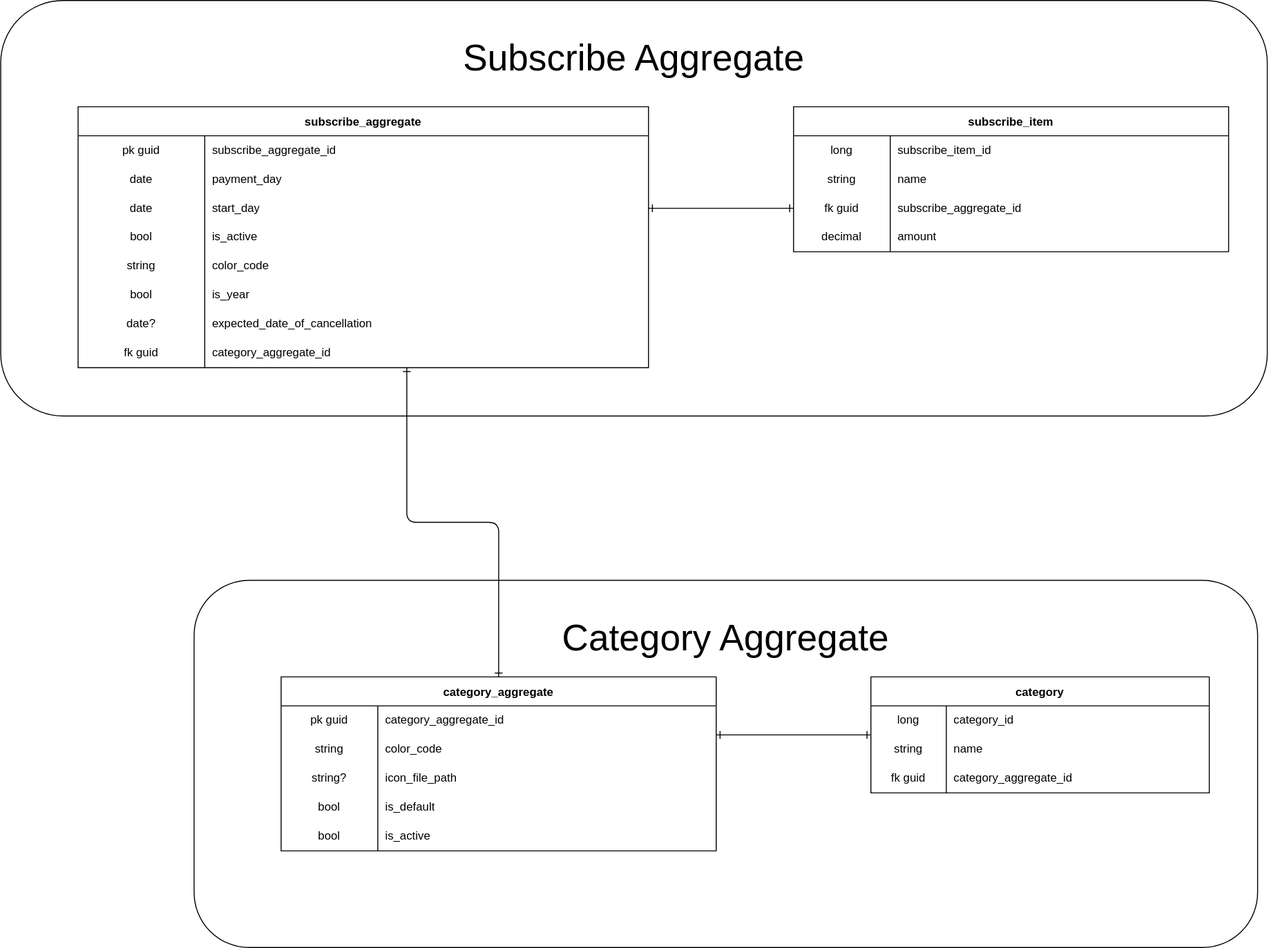
The draw.io diagram doc/ER.drawio.svg in Nahaq789/cs-subscribe-api, before a commit. Source tidied: cells renumbered, new cells last; positions are measured from the earlier drawing's top-left corner, leaving out a move shared by most shapes.
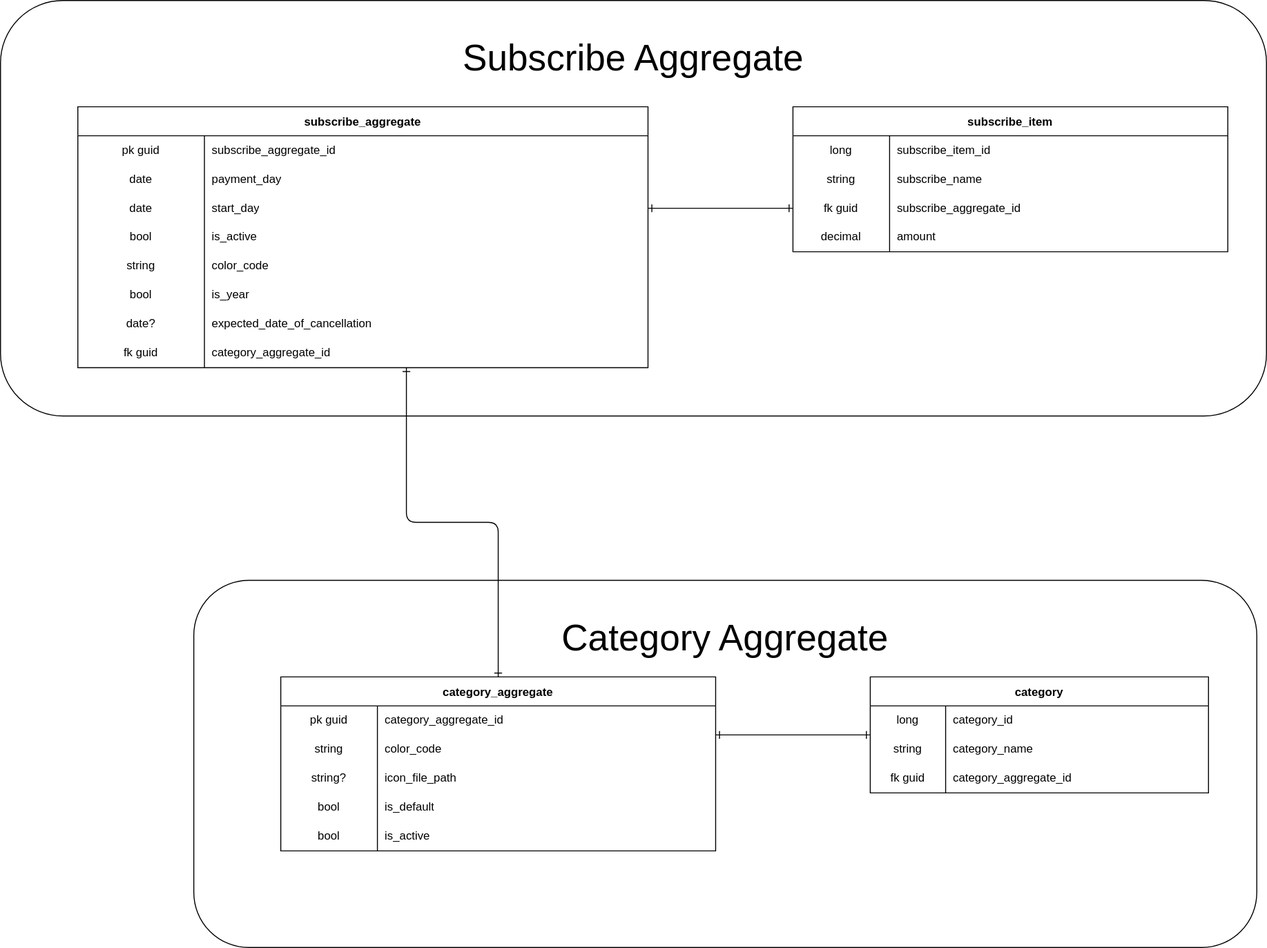
After the change.

What changed in the source:
```diff
@@ -104,7 +104,7 @@
     <mxCell id="35" value="string" style="shape=partialRectangle;html=1;whiteSpace=wrap;fillColor=none;top=0;left=0;bottom=0;right=0;overflow=hidden;" parent="34" vertex="1">
       <mxGeometry width="100" height="30" as="geometry" />
     </mxCell>
-    <mxCell id="36" value="name" style="shape=partialRectangle;html=1;whiteSpace=wrap;fillColor=none;top=0;left=0;bottom=0;right=0;align=left;spacingLeft=6;overflow=hidden;" parent="34" vertex="1">
+    <mxCell id="36" value="subscribe_name" style="shape=partialRectangle;html=1;whiteSpace=wrap;fillColor=none;top=0;left=0;bottom=0;right=0;align=left;spacingLeft=6;overflow=hidden;" parent="34" vertex="1">
       <mxGeometry x="100" width="350" height="30" as="geometry" />
     </mxCell>
     <mxCell id="37" style="shape=tableRow;horizontal=0;startSize=0;swimlaneHead=0;swimlaneBody=0;top=0;left=0;bottom=0;right=0;fillColor=none;points=[[0,0.5],[1,0.5]];portConstraint=eastwest;" parent="30" vertex="1">
@@ -143,7 +143,7 @@
     <mxCell id="48" value="string" style="shape=partialRectangle;html=1;whiteSpace=wrap;fillColor=none;top=0;left=0;bottom=0;right=0;overflow=hidden;" parent="47" vertex="1">
       <mxGeometry width="78" height="30" as="geometry" />
     </mxCell>
-    <mxCell id="49" value="name" style="shape=partialRectangle;html=1;whiteSpace=wrap;fillColor=none;top=0;left=0;bottom=0;right=0;align=left;spacingLeft=6;overflow=hidden;" parent="47" vertex="1">
+    <mxCell id="49" value="category_name" style="shape=partialRectangle;html=1;whiteSpace=wrap;fillColor=none;top=0;left=0;bottom=0;right=0;align=left;spacingLeft=6;overflow=hidden;" parent="47" vertex="1">
       <mxGeometry x="78" width="272" height="30" as="geometry" />
     </mxCell>
     <mxCell id="50" style="shape=tableRow;horizontal=0;startSize=0;swimlaneHead=0;swimlaneBody=0;top=0;left=0;bottom=0;right=0;fillColor=none;" parent="43" vertex="1">
```
